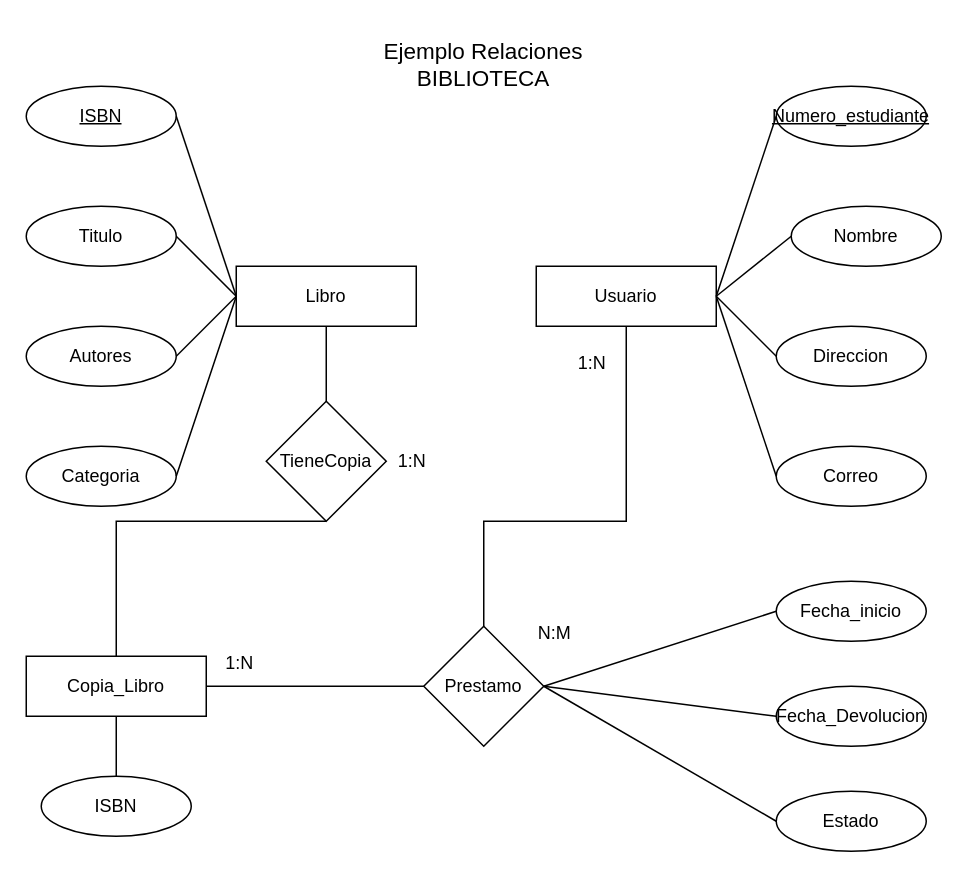
This is Ejepmo1_Biblioteca.drawio from iandresw/DiagramasTBDD, a draw.io file, before an edit. Source tidied: cells renumbered, new cells numbered last; positions are measured from the earlier drawing's top-left corner, leaving out a move shared by most shapes. Both pictures are drawn from the tidied source at 150%, with x=0, y=0 at pixel (26, 26).
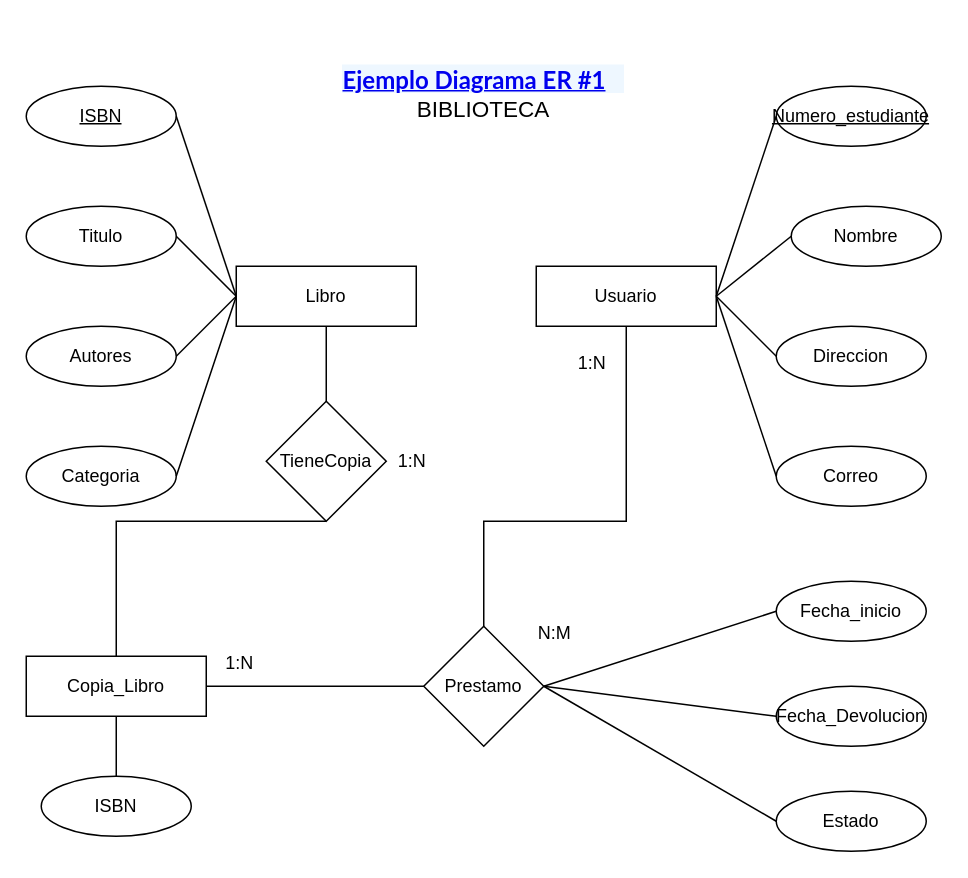
The same page after the edit.

Change to the diagram source:
```diff
@@
-    <mxCell id="39" value="Ejemplo Relaciones&lt;div style=&quot;font-size: 15px;&quot;&gt;BIBLIOTECA&lt;/div&gt;" style="text;html=1;align=center;verticalAlign=middle;whiteSpace=wrap;rounded=0;fontSize=15;" parent="1" vertex="1">
-      <mxGeometry x="234" width="142" height="50" as="geometry" />
+    <mxCell id="39" value="&lt;div style=&quot;font-size: 15px;&quot;&gt;&lt;a style=&quot;box-sizing: border-box; font-weight: bold; padding-right: 12px; line-height: 1.3; margin-bottom: 3px; min-width: 1px; font-family: &amp;quot;Lato Extended&amp;quot;, Lato, &amp;quot;Helvetica Neue&amp;quot;, Helvetica, Arial, sans-serif; font-size: 16px; text-align: left; background-color: rgb(238, 247, 255);&quot; href=&quot;https://unitechonduras.instructure.com/courses/44745/modules/items/3682127&quot; class=&quot;ig-title title item_link&quot; title=&quot;Ejemplo Diagrama ER #1.pdf&quot;&gt;Ejemplo Diagrama ER #1&lt;/a&gt;&lt;/div&gt;&lt;div style=&quot;font-size: 15px;&quot;&gt;BIBLIOTECA&lt;/div&gt;" style="text;html=1;align=center;verticalAlign=middle;whiteSpace=wrap;rounded=0;fontSize=15;" parent="1" vertex="1">
+      <mxGeometry x="152" y="20" width="306" height="50" as="geometry" />
     </mxCell>
```
